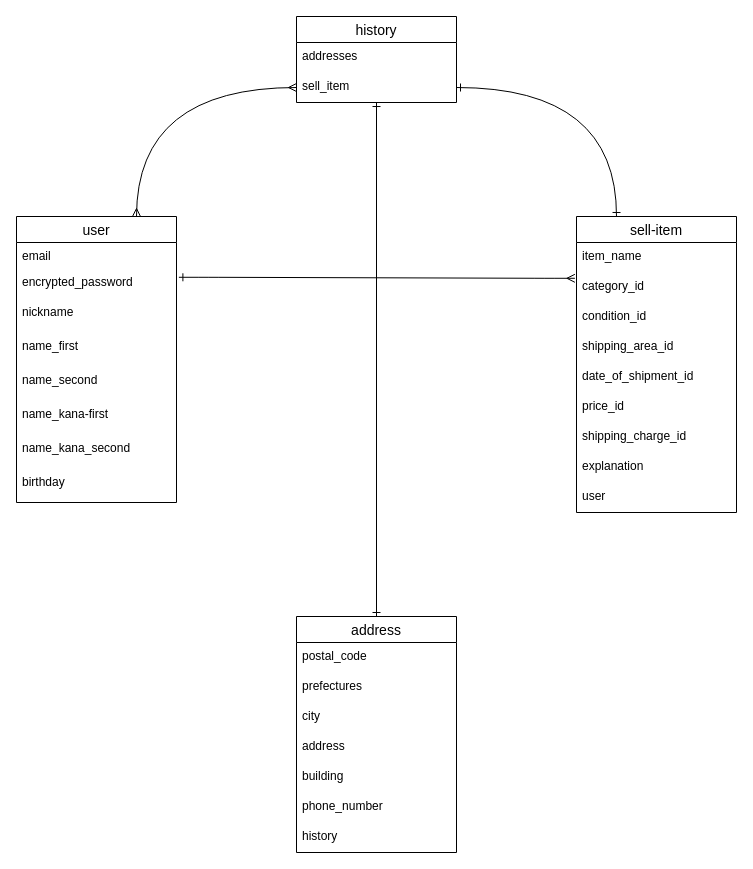
Tsutomu-sasaki1/furima-31549 keeps this draw.io diagram as hurima.dio. Above is the earlier version. Source tidied: cells renumbered, new cells numbered last; positions are measured from the earlier drawing's top-left corner, leaving out a move shared by most shapes. Both pictures are drawn from the tidied source at 100%, with x=0, y=0 at pixel (16, 16).
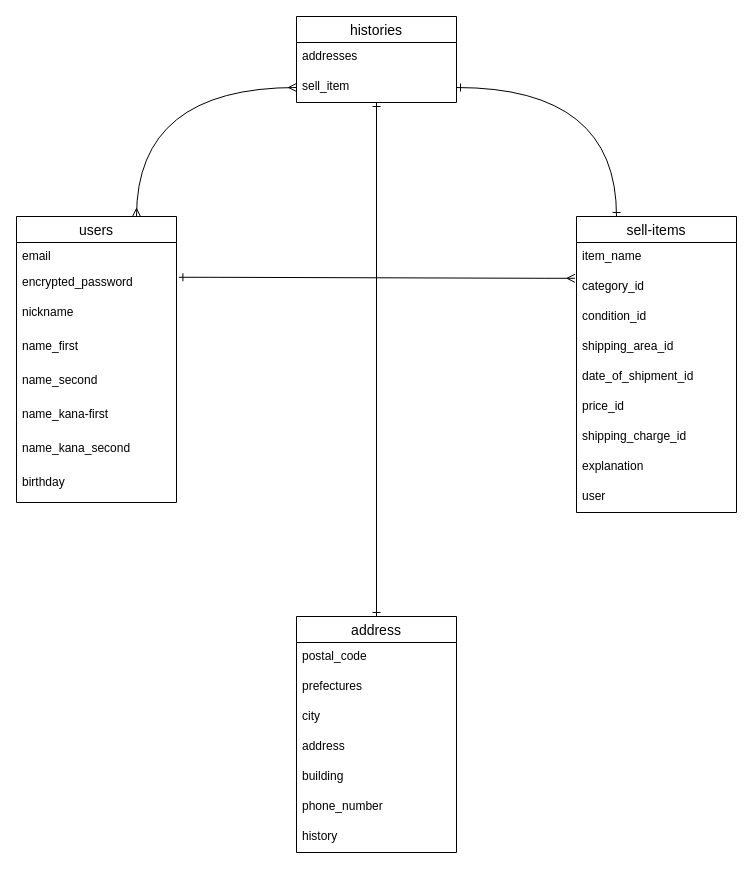
The same diagram, later.

Commit message (it also covers changes not shown here):
sell_item テーブル　を複数系に修正

The edit, as a diff of the source:
```diff
@@
-    <mxCell id="3" value="user" style="swimlane;fontStyle=0;horizontal=1;startSize=26;align=center;fontSize=14;" parent="1" vertex="1">
+    <mxCell id="3" value="users" style="swimlane;fontStyle=0;horizontal=1;startSize=26;align=center;fontSize=14;" parent="1" vertex="1">
       <mxGeometry y="200" width="160" height="286" as="geometry" />
     </mxCell>
@@
-    <mxCell id="21" value="sell-item" style="swimlane;fontStyle=0;horizontal=1;startSize=26;align=center;fontSize=14;" parent="1" vertex="1">
+    <mxCell id="21" value="sell-items" style="swimlane;fontStyle=0;horizontal=1;startSize=26;align=center;fontSize=14;" parent="1" vertex="1">
       <mxGeometry x="560" y="200" width="160" height="296" as="geometry" />
     </mxCell>
@@
-    <mxCell id="31" value="history" style="swimlane;fontStyle=0;horizontal=1;startSize=26;align=center;fontSize=14;" parent="1" vertex="1">
+    <mxCell id="31" value="histories" style="swimlane;fontStyle=0;horizontal=1;startSize=26;align=center;fontSize=14;" parent="1" vertex="1">
       <mxGeometry x="280" width="160" height="86" as="geometry" />
     </mxCell>
```
